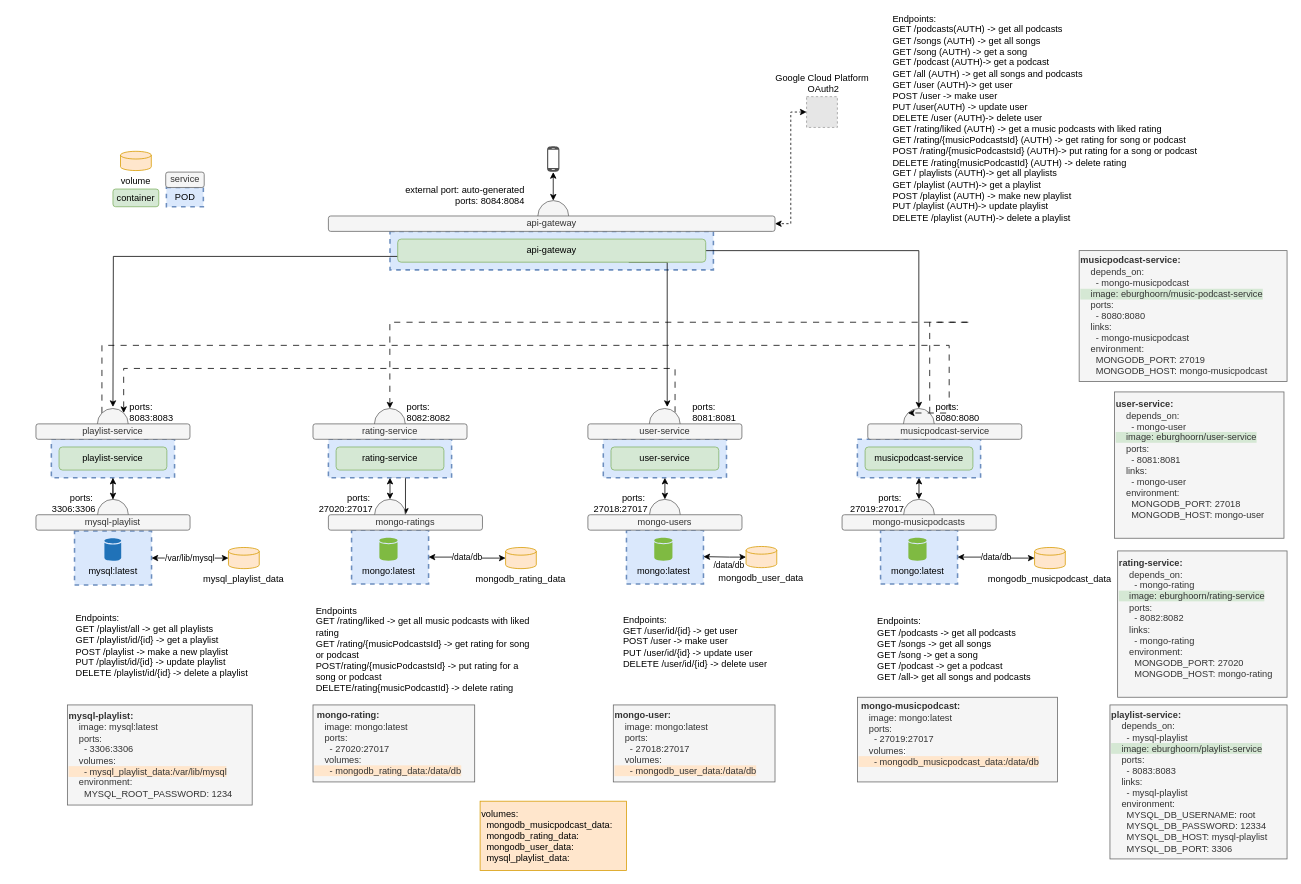
EvaBurghoorn/ProjectEDE_muziekservice keeps this draw.io diagram as muziekservice.drawio. Above is the earlier version. Source tidied: cells renumbered, new cells numbered last; positions are measured from the earlier drawing's top-left corner, leaving out a move shared by most shapes. Both pictures are drawn from the tidied source at 77%, with x=0, y=0 at pixel (13, 29). Pictures stored in the file or linked from it are replaced by grey dashed boxes.
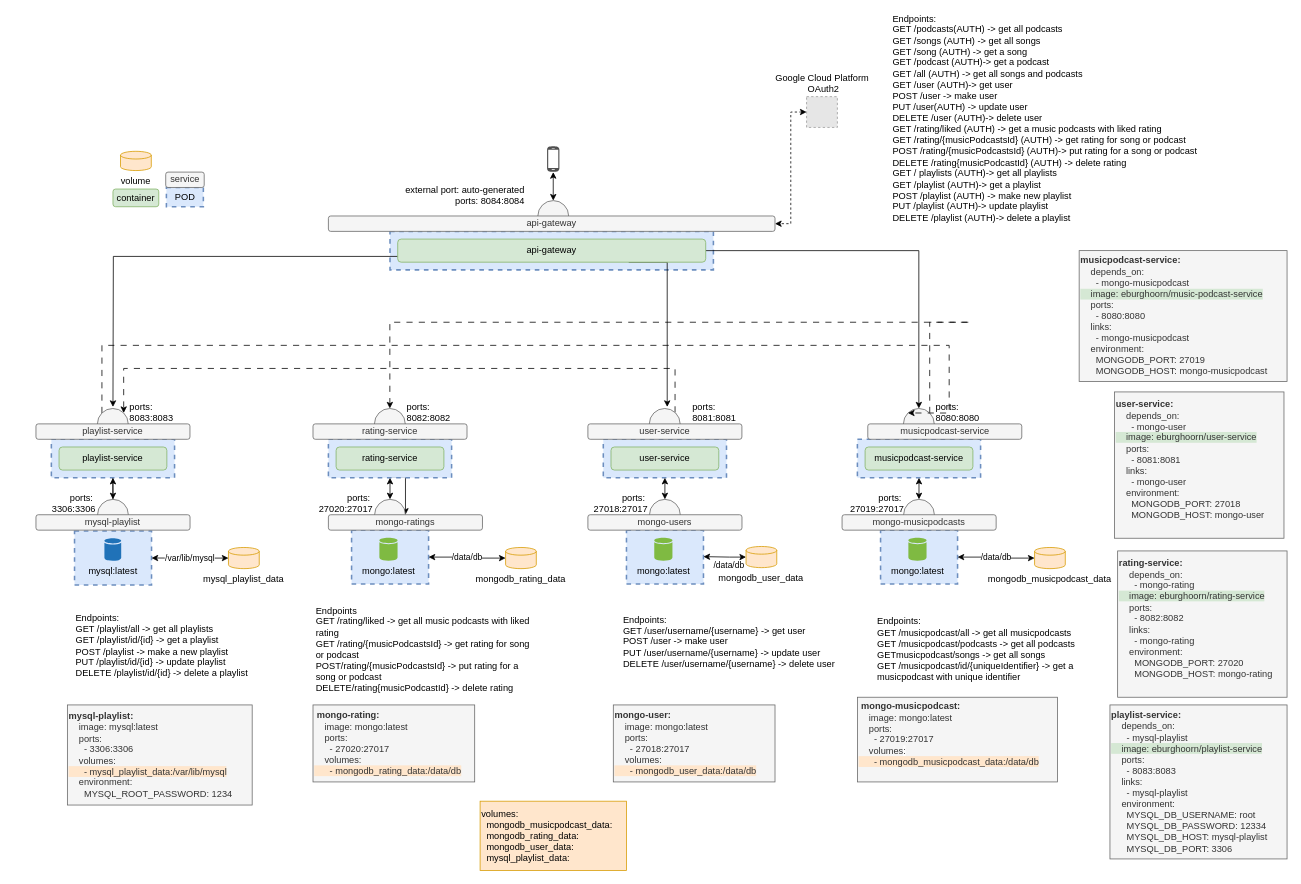
Above is the later version.

The edit, as a diff of the source:
```diff
@@
-    <mxCell id="73" value="Endpoints:&lt;br&gt;GET /podcasts -&amp;gt; get all podcasts&lt;br&gt;GET /songs -&amp;gt; get all songs&lt;br&gt;GET /song -&amp;gt; get a song&lt;br&gt;GET /podcast -&amp;gt; get a podcast&lt;br&gt;GET /all-&amp;gt; get all songs and podcasts" style="text;html=1;strokeColor=none;fillColor=none;align=left;verticalAlign=middle;whiteSpace=wrap;rounded=0;" parent="1" vertex="1">
+    <mxCell id="73" value="Endpoints:&lt;br&gt;GET /musicpodcast/all -&amp;gt; get all musicpodcasts&lt;br&gt;GET /musicpodcast/podcasts -&amp;gt; get all podcasts&lt;br&gt;GETmusicpodcast/songs -&amp;gt; get all songs&lt;br&gt;GET /musicpodcast/id/{uniqueIdentifier} -&amp;gt; get a musicpodcast with unique identifier" style="text;html=1;strokeColor=none;fillColor=none;align=left;verticalAlign=middle;whiteSpace=wrap;rounded=0;" parent="1" vertex="1">
       <mxGeometry x="1120" y="760" width="290" height="90" as="geometry" />
     </mxCell>
-    <mxCell id="74" value="Endpoints:&lt;br&gt;GET /user/id/{id} -&amp;gt; get user&lt;br&gt;POST /user -&amp;gt; make user&lt;br&gt;PUT /user/id/{id} -&amp;gt; update user&lt;br&gt;DELETE /user/id/{id} -&amp;gt; delete user" style="text;html=1;strokeColor=none;fillColor=none;align=left;verticalAlign=middle;whiteSpace=wrap;rounded=0;" parent="1" vertex="1">
+    <mxCell id="74" value="Endpoints:&lt;br&gt;GET /user/username/{username&lt;span style=&quot;background-color: initial;&quot;&gt;} -&amp;gt; get user&lt;/span&gt;&lt;br&gt;POST /user -&amp;gt; make user&lt;br&gt;PUT /user/username&lt;span style=&quot;background-color: initial;&quot;&gt;/{username} -&amp;gt; update user&lt;/span&gt;&lt;br&gt;DELETE /user/username&lt;span style=&quot;background-color: initial;&quot;&gt;/{username} -&amp;gt; delete user&lt;/span&gt;" style="text;html=1;strokeColor=none;fillColor=none;align=left;verticalAlign=middle;whiteSpace=wrap;rounded=0;" parent="1" vertex="1">
       <mxGeometry x="789.5" y="765" width="290" height="60" as="geometry" />
     </mxCell>
```
